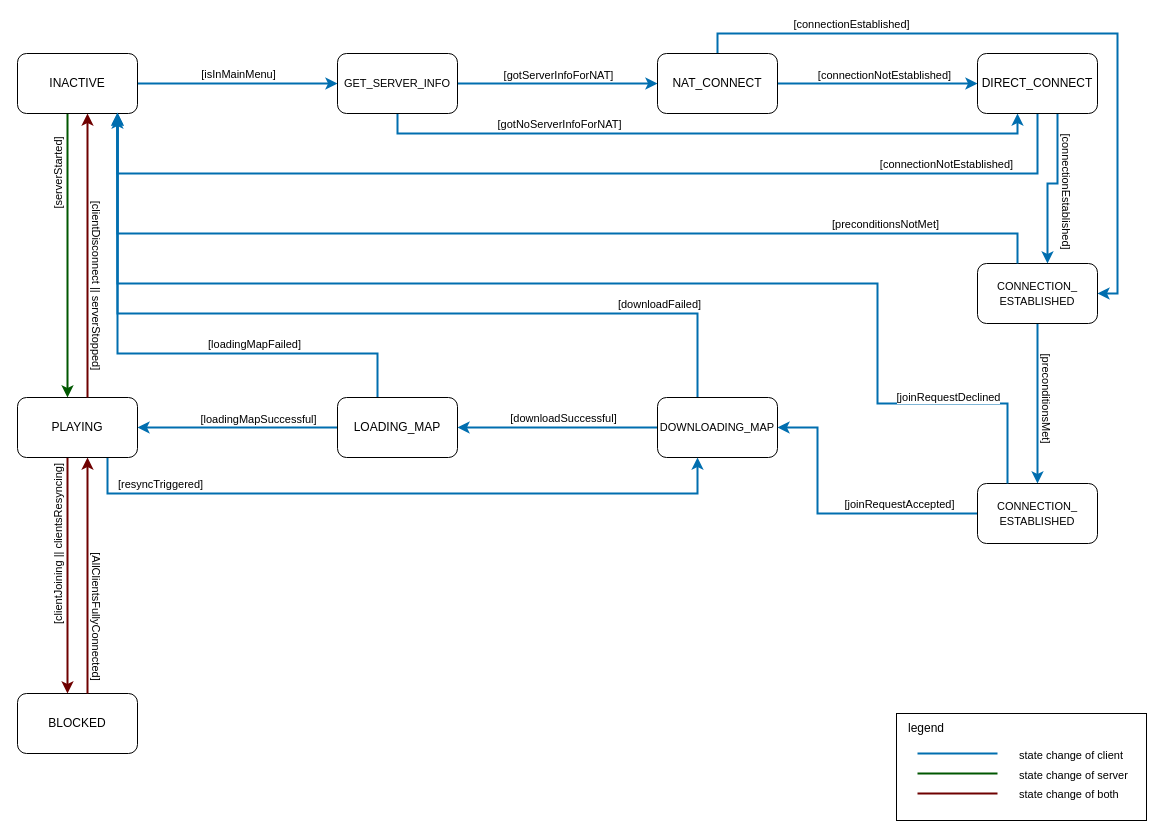
The draw.io diagram docs/State_Machine.drawio in CitiesSkylinesMultiplayer/CS2M, before the edit. Source tidied: cells renumbered, new cells numbered last; positions are measured from the earlier drawing's top-left corner, leaving out a move shared by most shapes. Both pictures are drawn from the tidied source at 100%, with x=0, y=0 at pixel (17, 33).
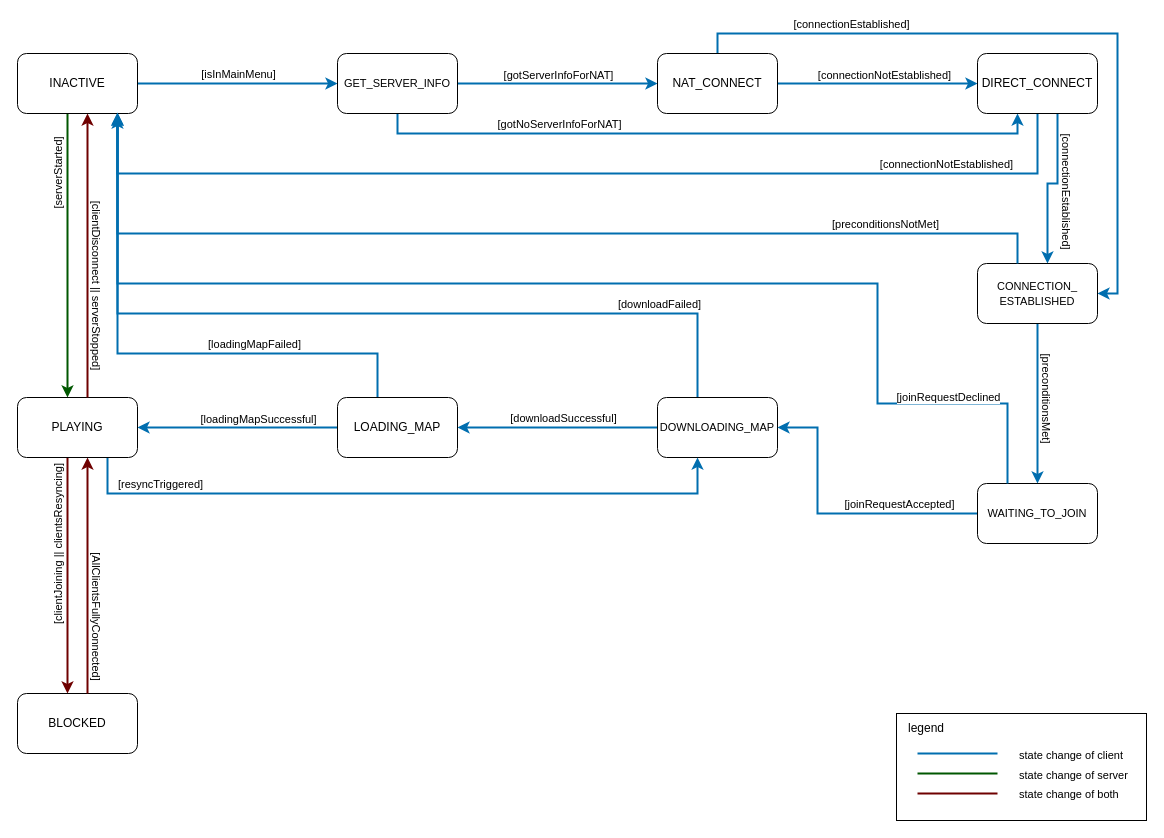
The same page after the edit.

Diff of the diagram source:
```diff
@@
-    <mxCell id="55" value="&lt;font style=&quot;font-size: 11px;&quot;&gt;CONNECTION_&lt;/font&gt;&lt;div&gt;&lt;font style=&quot;font-size: 11px;&quot;&gt;ESTABLISHED&lt;/font&gt;&lt;/div&gt;" style="whiteSpace=wrap;html=1;rounded=1;" parent="1" vertex="1">
+    <mxCell id="55" value="&lt;span style=&quot;font-size: 11px;&quot;&gt;WAITING_TO_JOIN&lt;/span&gt;" style="whiteSpace=wrap;html=1;rounded=1;" parent="1" vertex="1">
       <mxGeometry x="960" y="450" width="120" height="60" as="geometry" />
     </mxCell>
```
